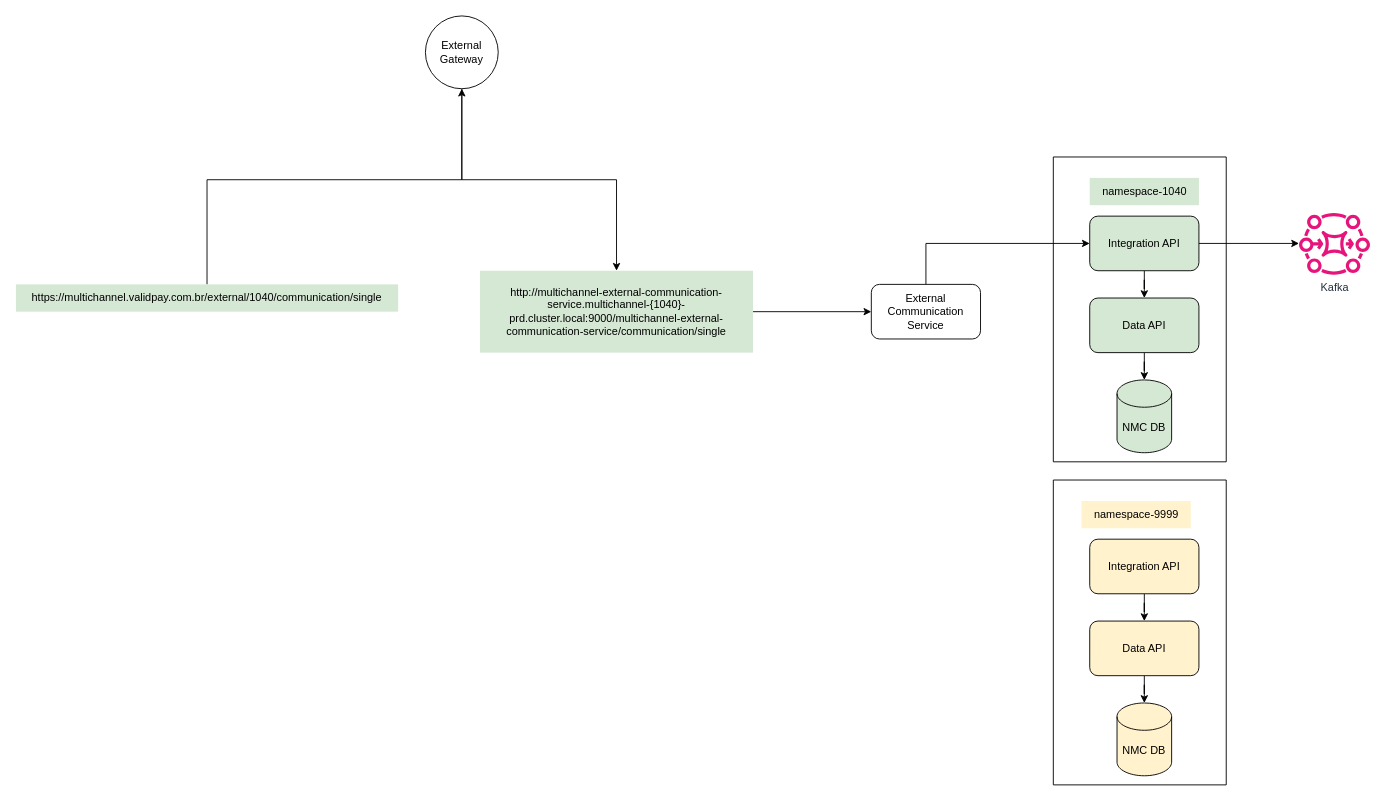
Above: page "Flow pelos namespaces" (3 of 3) of Diagrama API Externa pra envio.drawio in caio-bueno/draws-valid (draw.io), before the change. Source tidied: cells renumbered, new cells numbered last; positions are measured from the earlier drawing's top-left corner, leaving out a move shared by most shapes. Both pictures are drawn from the tidied source at 91%, with x=0, y=0 at pixel (15, 15).
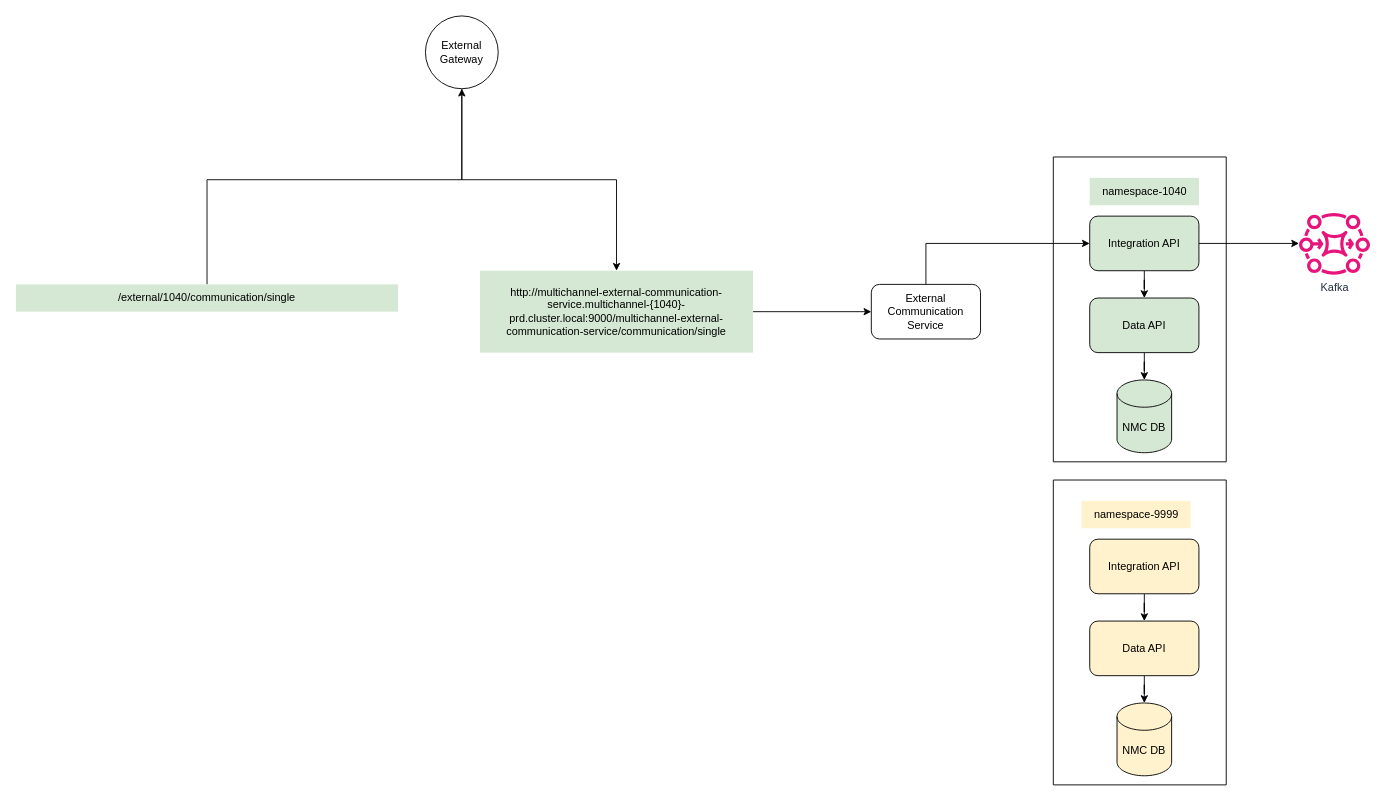
Above is the later version.

What changed in the source:
```diff
@@
-    <mxCell id="3" value="https://multichannel.validpay.com.br/external/1040/communication/single" style="text;html=1;align=center;verticalAlign=middle;whiteSpace=wrap;rounded=0;fillColor=#D5E8D4;" parent="1" vertex="1">
+    <mxCell id="3" value="/external/1040/communication/single" style="text;html=1;align=center;verticalAlign=middle;whiteSpace=wrap;rounded=0;fillColor=#D5E8D4;" parent="1" vertex="1">
       <mxGeometry y="295" width="420" height="30" as="geometry" />
     </mxCell>
```
